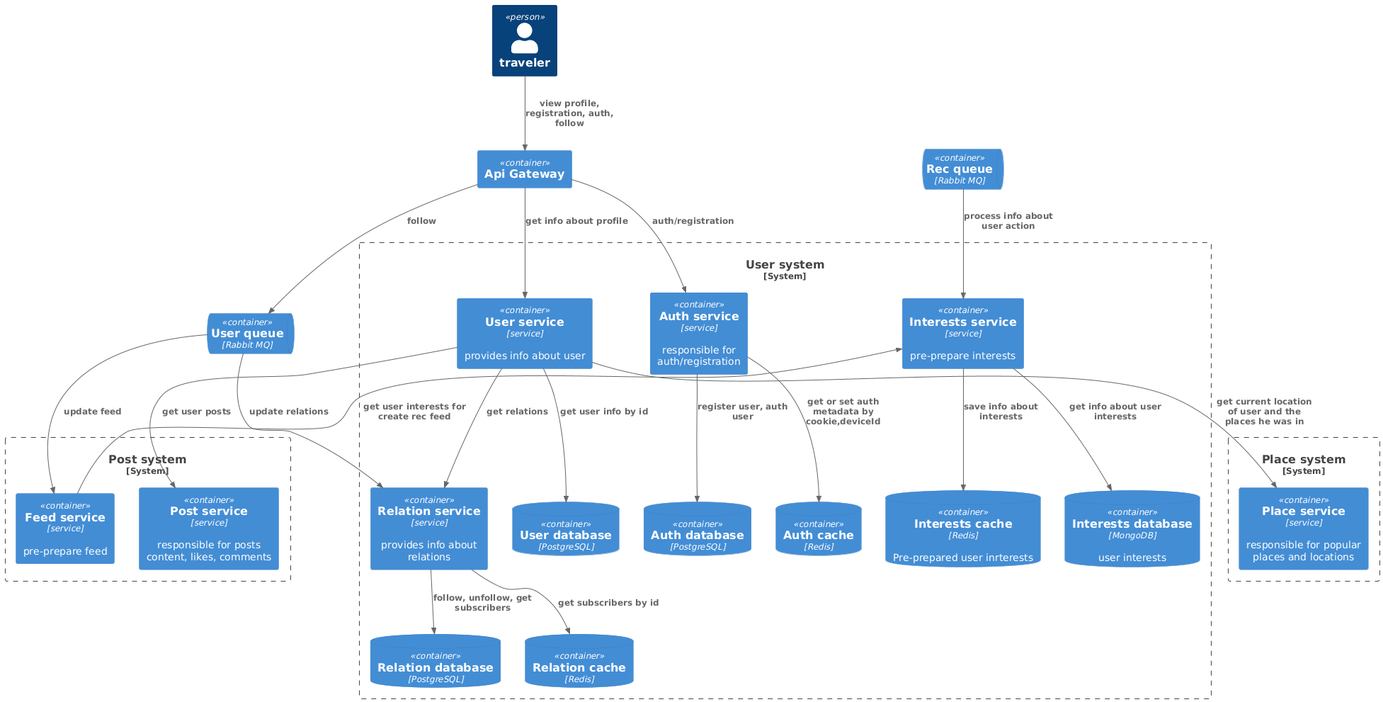
Earlier version of the PlantUML export images/diagrams/user.png (danythere/social_network_system_design). Source of this version:
```plantuml
@startuml
!include https://raw.githubusercontent.com/plantuml-stdlib/C4-PlantUML/master/C4_Container.puml
Person(traveler, "traveler")


System_Boundary(userSystem, "User system") {
   Container(userService, "User service", "service", "provides info about user")
   ContainerDb(userDb, "User database", "PostgreSQL")
   Container(relationService, "Relation service", "service", "provides info about relations")
   ContainerDb(relationDb, "Relation database", "PostgreSQL")
   ContainerDb(relationCache, "Relation cache", "Redis")
   Container(authService, "Auth service", "service", "responsible for auth/registration")
   ContainerDb(authDb, "Auth database", "PostgreSQL")
   ContainerDb(authCache, "Auth cache", "Redis")
   Container(interestsService, "Interests service", "service", "pre-prepare interests")
   ContainerDb(interestsCache, "Interests cache", "Redis", "Pre-prepared user inrterests")
   ContainerDb(interestsDb, "Interests database", "MongoDB", "user interests")
}


ContainerQueue(userQueue, "User queue", "Rabbit MQ")


System_Boundary(postSystem, "Post system") {
  Container(postService, "Post service", "service", "responsible for posts content, likes, comments")
  Container(feedService, "Feed service", "service", "pre-prepare feed")
}

System_Boundary(placeSystem, "Place system") {
   Container(placeService, "Place service", "service", "responsible for popular places and locations")
}
Container(apiGateway, "Api Gateway")

ContainerQueue(recQueue, "Rec queue", "Rabbit MQ")

Rel(userService, userDb, "get user info by id")
Rel(userService, postService, "get user posts")
Rel(userService, relationService, "get relations")
Rel(userService, placeService, "get current location of user and the places he was in")

Rel(authService, authDb, "register user, auth user")
Rel(authService, authCache, "get or set auth metadata by cookie,deviceId")

Rel(interestsService, interestsDb, "get info about user interests")
Rel(interestsService, interestsCache, "save info about interests")

Rel(relationService, relationDb, "follow, unfollow, get subscribers")
Rel(relationService, relationCache, "get subscribers by id")

Rel(userQueue, relationService, "update relations")
Rel(userQueue, feedService, "update feed")

Rel(traveler, apiGateway, "view profile, registration, auth, follow")

Rel(recQueue, interestsService, "process info about user action")

Rel(feedService, interestsService, "get user interests for create rec feed")


Rel(apiGateway, userService, "get info about profile")
Rel(apiGateway, authService, "auth/registration")
Rel(apiGateway, userQueue, "follow")
@enduml
```
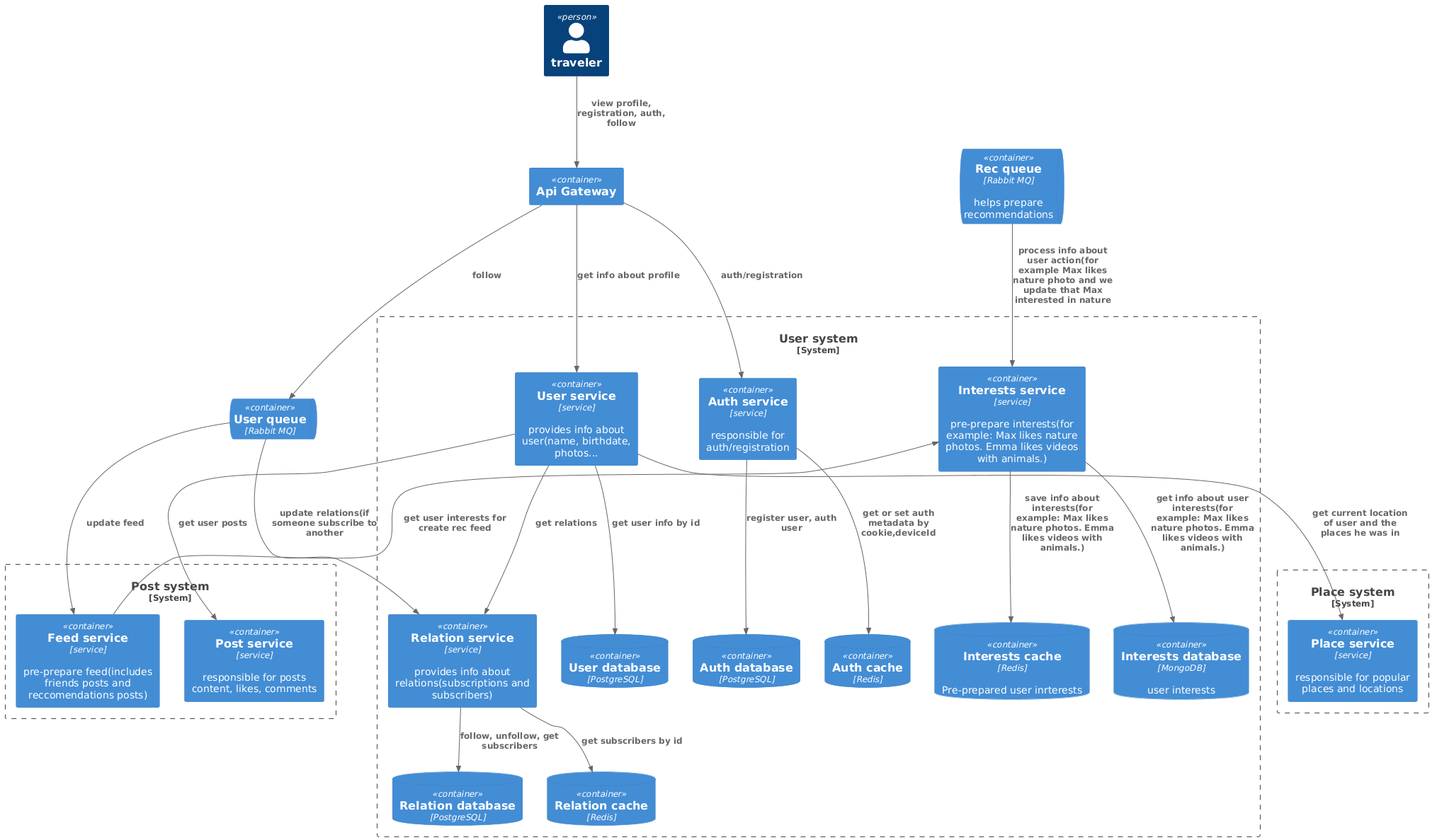
The same diagram one commit later.

What changed in the source:
```diff
@@ -4,15 +4,15 @@
 
 
 System_Boundary(userSystem, "User system") {
-   Container(userService, "User service", "service", "provides info about user")
+   Container(userService, "User service", "service", "provides info about user(name, birthdate, photos...")
    ContainerDb(userDb, "User database", "PostgreSQL")
-   Container(relationService, "Relation service", "service", "provides info about relations")
+   Container(relationService, "Relation service", "service", "provides info about relations(subscriptions and subscribers)")
    ContainerDb(relationDb, "Relation database", "PostgreSQL")
    ContainerDb(relationCache, "Relation cache", "Redis")
    Container(authService, "Auth service", "service", "responsible for auth/registration")
    ContainerDb(authDb, "Auth database", "PostgreSQL")
    ContainerDb(authCache, "Auth cache", "Redis")
-   Container(interestsService, "Interests service", "service", "pre-prepare interests")
+   Container(interestsService, "Interests service", "service", "pre-prepare interests(for example: Max likes nature photos. Emma likes videos with animals.)")
    ContainerDb(interestsCache, "Interests cache", "Redis", "Pre-prepared user inrterests")
    ContainerDb(interestsDb, "Interests database", "MongoDB", "user interests")
 }
@@ -23,7 +23,7 @@
 
 System_Boundary(postSystem, "Post system") {
   Container(postService, "Post service", "service", "responsible for posts content, likes, comments")
-  Container(feedService, "Feed service", "service", "pre-prepare feed")
+  Container(feedService, "Feed service", "service", "pre-prepare feed(includes friends posts and reccomendations posts)")
 }
 
 System_Boundary(placeSystem, "Place system") {
@@ -31,7 +31,7 @@
 }
 Container(apiGateway, "Api Gateway")
 
-ContainerQueue(recQueue, "Rec queue", "Rabbit MQ")
+ContainerQueue(recQueue, "Rec queue", "Rabbit MQ", "helps prepare recommendations")
 
 Rel(userService, userDb, "get user info by id")
 Rel(userService, postService, "get user posts")
@@ -41,18 +41,18 @@
 Rel(authService, authDb, "register user, auth user")
 Rel(authService, authCache, "get or set auth metadata by cookie,deviceId")
 
-Rel(interestsService, interestsDb, "get info about user interests")
-Rel(interestsService, interestsCache, "save info about interests")
+Rel(interestsService, interestsDb, "get info about user interests(for example: Max likes nature photos. Emma likes videos with animals.)")
+Rel(interestsService, interestsCache, "save info about interests(for example: Max likes nature photos. Emma likes videos with animals.)")
 
 Rel(relationService, relationDb, "follow, unfollow, get subscribers")
 Rel(relationService, relationCache, "get subscribers by id")
 
-Rel(userQueue, relationService, "update relations")
+Rel(userQueue, relationService, "update relations(if someone subscribe to another")
 Rel(userQueue, feedService, "update feed")
 
 Rel(traveler, apiGateway, "view profile, registration, auth, follow")
 
-Rel(recQueue, interestsService, "process info about user action")
+Rel(recQueue, interestsService, "process info about user action(for example Max likes nature photo and we update that Max interested in nature")
 
 Rel(feedService, interestsService, "get user interests for create rec feed")
 
```
